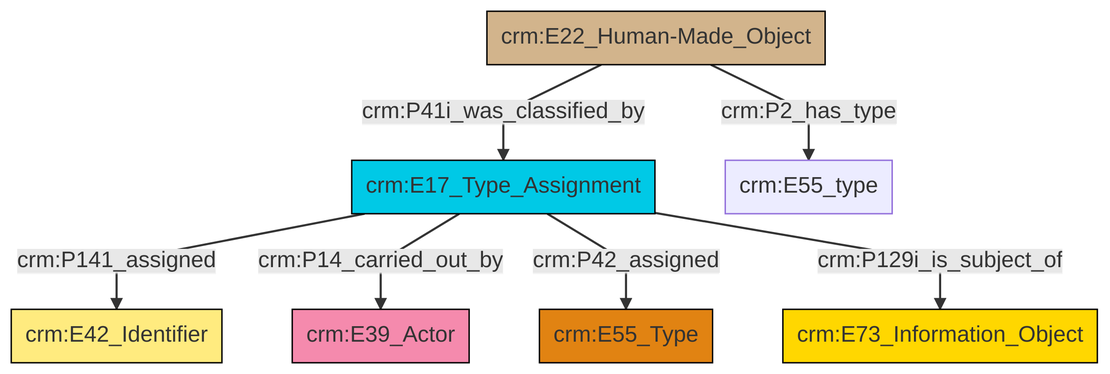
This is et/builtWorkCSV/ttl/mmd/png/Built_Work_designation_status.png from swiss-art-research-net/reference-data-models, a Mermaid export, as it was before one commit. Its source is kept beside it as et/builtWorkCSV/ttl/mmd/Built_Work_designation_status.ttl.mmd.
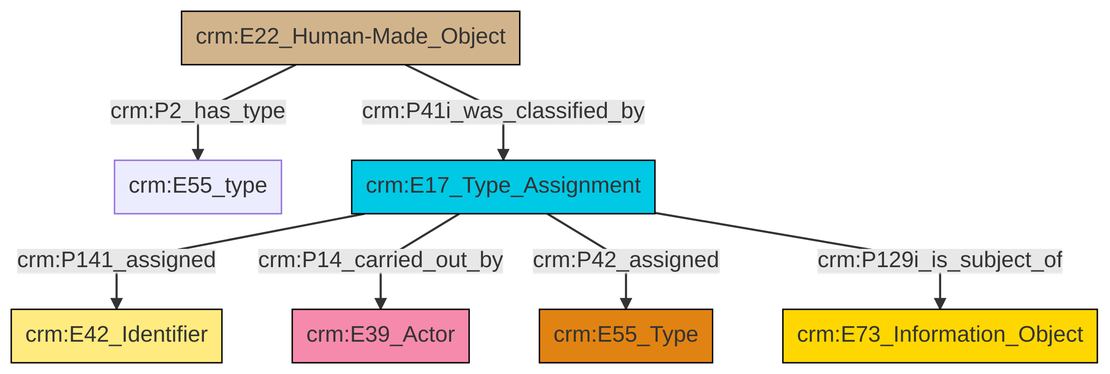
Above is the later version.

Change to the diagram source:
```diff
@@ -13,9 +13,9 @@
 classDef PC_Classes fill:#4ce600, stroke:#000000;
 classDef Multi fill:#cccccc,stroke:#000000;
 
-2["crm:E17_Type_Assignment"]:::Temporal_Entity -->|crm:P141_assigned| 6["crm:E42_Identifier"]:::Appellation
-7["crm:E22_Human-Made_Object"]:::Physical_Thing -->|crm:P41i_was_classified_by| 2["crm:E17_Type_Assignment"]:::Temporal_Entity
-2["crm:E17_Type_Assignment"]:::Temporal_Entity -->|crm:P14_carried_out_by| 0["crm:E39_Actor"]:::Actor
-7["crm:E22_Human-Made_Object"]:::Physical_Thing -->|crm:P2_has_type| 9["crm:E55_type"]:::Default
-2["crm:E17_Type_Assignment"]:::Temporal_Entity -->|crm:P42_assigned| 4["crm:E55_Type"]:::Type
-2["crm:E17_Type_Assignment"]:::Temporal_Entity -->|crm:P129i_is_subject_of| 12["crm:E73_Information_Object"]:::Conceptual_Object
+0["crm:E22_Human-Made_Object"]:::Physical_Thing -->|crm:P41i_was_classified_by| 6["crm:E17_Type_Assignment"]:::Temporal_Entity
+6["crm:E17_Type_Assignment"]:::Temporal_Entity -->|crm:P141_assigned| 9["crm:E42_Identifier"]:::Appellation
+6["crm:E17_Type_Assignment"]:::Temporal_Entity -->|crm:P14_carried_out_by| 10["crm:E39_Actor"]:::Actor
+0["crm:E22_Human-Made_Object"]:::Physical_Thing -->|crm:P2_has_type| 2["crm:E55_type"]:::Default
+6["crm:E17_Type_Assignment"]:::Temporal_Entity -->|crm:P42_assigned| 4["crm:E55_Type"]:::Type
+6["crm:E17_Type_Assignment"]:::Temporal_Entity -->|crm:P129i_is_subject_of| 7["crm:E73_Information_Object"]:::Conceptual_Object
```
